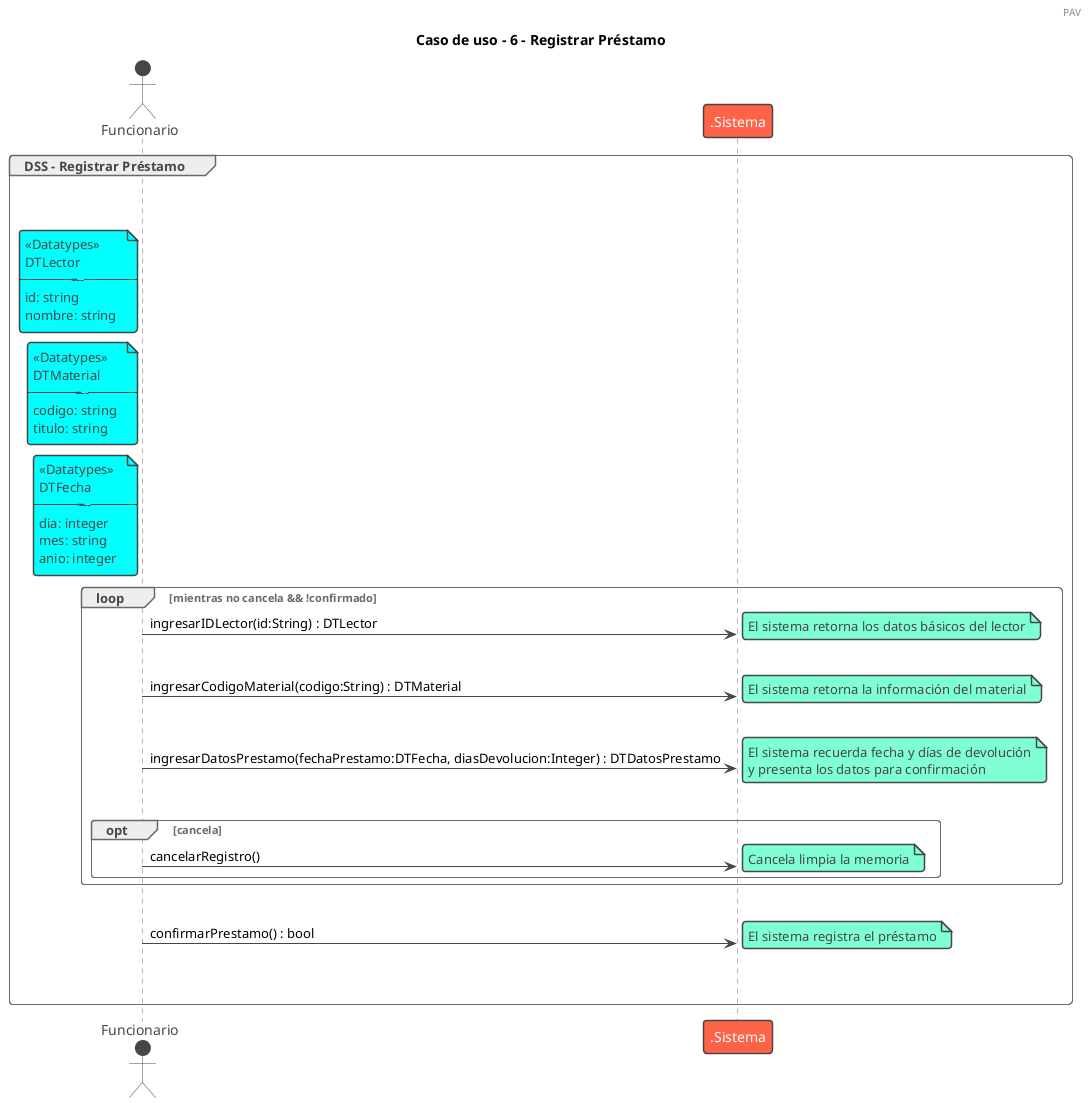
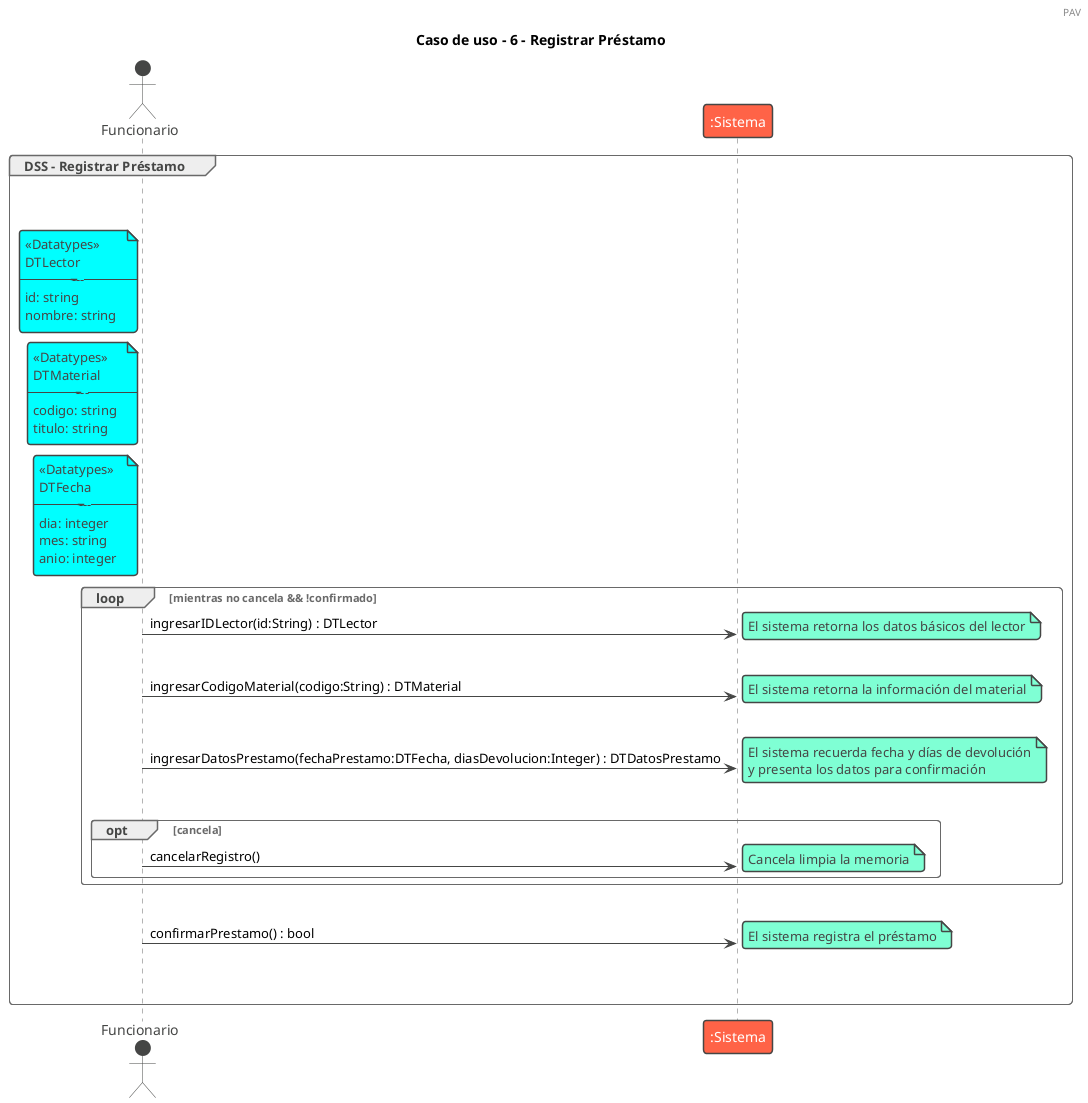
@startuml registrarPrestamo
!theme vibrant
header PAV

title Caso de uso - 6 - Registrar Préstamo

group DSS - Registrar Préstamo
|||
actor Funcionario
|||

note left of Funcionario #aqua
<<Datatypes>>
DTLector
-----------
id: string
nombre: string
end note

note left of Funcionario #aqua
<<Datatypes>>
DTMaterial
-----------
codigo: string
titulo: string
end note

note left of Funcionario #aqua
<<Datatypes>>
DTFecha
-----------
dia: integer
mes: string
anio: integer
end note

loop mientras no cancela && !confirmado

-     Funcionario -> .Sistema : ingresarIDLector(id:String) : DTLector
+     Funcionario -> ":Sistema" : ingresarIDLector(id:String) : DTLector
    note right: El sistema retorna los datos básicos del lector

    |||

-     Funcionario -> .Sistema : ingresarCodigoMaterial(codigo:String) : DTMaterial
+     Funcionario -> ":Sistema" : ingresarCodigoMaterial(codigo:String) : DTMaterial
    note right: El sistema retorna la información del material

    |||

-     Funcionario -> .Sistema : ingresarDatosPrestamo(fechaPrestamo:DTFecha, diasDevolucion:Integer) : DTDatosPrestamo
+     Funcionario -> ":Sistema" : ingresarDatosPrestamo(fechaPrestamo:DTFecha, diasDevolucion:Integer) : DTDatosPrestamo
    note right: El sistema recuerda fecha y días de devolución\ny presenta los datos para confirmación

    |||

    opt cancela
-         Funcionario -> .Sistema : cancelarRegistro()
+         Funcionario -> ":Sistema" : cancelarRegistro()
        note right: Cancela limpia la memoria
    end

end

|||

- Funcionario -> .Sistema : confirmarPrestamo() : bool
+ Funcionario -> ":Sistema" : confirmarPrestamo() : bool
note right: El sistema registra el préstamo

|||
|||

end
@enduml